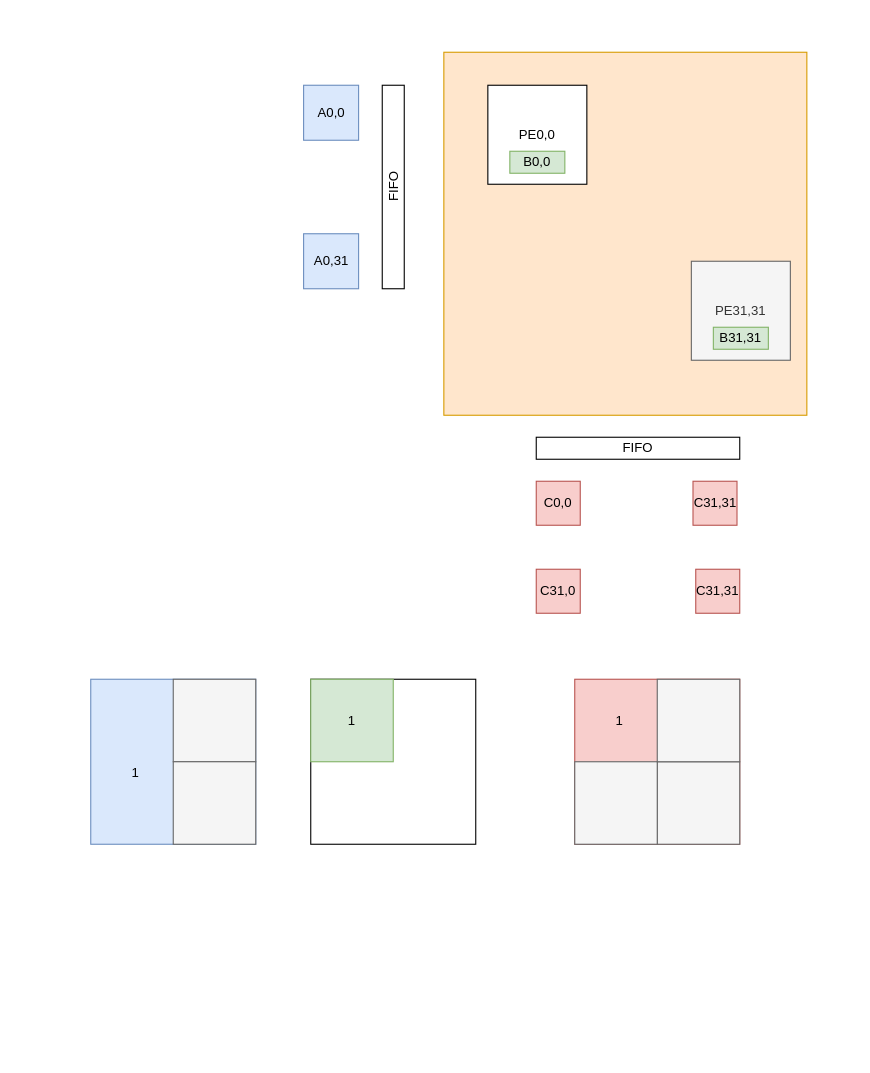
The draw.io diagram SA說明.drawio in jihuien/ML100Days, before the edit. Source tidied: cells renumbered, new cells numbered last; positions are measured from the earlier drawing's top-left corner, leaving out a move shared by most shapes. Both pictures are drawn from the tidied source at 110%, with x=0, y=0 at pixel (90, 52).
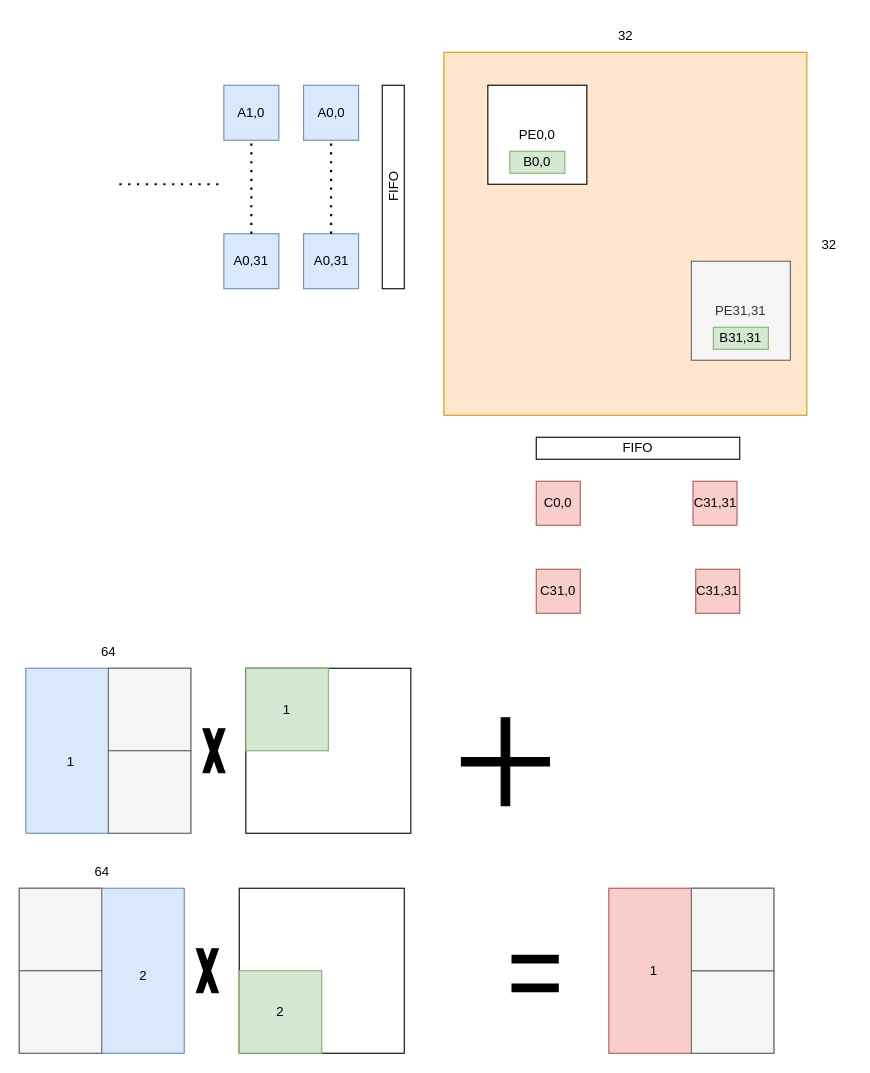
Above is the later version.

Unchanged cells that the change refers to:
```xml
<mxCell id="15" value="A0,0" style="whiteSpace=wrap;html=1;fillColor=#dae8fc;strokeColor=#6c8ebf;" parent="1" vertex="1">
  <mxGeometry x="193.5" y="30" width="50" height="50" as="geometry" />
</mxCell>
<mxCell id="16" value="A0,31" style="whiteSpace=wrap;html=1;fillColor=#dae8fc;strokeColor=#6c8ebf;" parent="1" vertex="1">
  <mxGeometry x="193.5" y="165" width="50" height="50" as="geometry" />
</mxCell>
```

Diff of the diagram source:
```diff
@@
     <mxCell id="2" style="whiteSpace=wrap;html=1;fillColor=#dae8fc;strokeColor=#6c8ebf;" parent="1" vertex="1">
-      <mxGeometry y="570" width="150" height="150" as="geometry" />
+      <mxGeometry x="-59" y="560" width="150" height="150" as="geometry" />
     </mxCell>
     <mxCell id="3" style="whiteSpace=wrap;html=1;" parent="1" vertex="1">
-      <mxGeometry x="200" y="570" width="150" height="150" as="geometry" />
+      <mxGeometry x="141" y="560" width="150" height="150" as="geometry" />
     </mxCell>
     <mxCell id="4" style="whiteSpace=wrap;html=1;fillColor=#f8cecc;strokeColor=#b85450;" parent="1" vertex="1">
-      <mxGeometry x="440" y="570" width="150" height="150" as="geometry" />
+      <mxGeometry x="471" y="760" width="150" height="150" as="geometry" />
     </mxCell>
     <mxCell id="5" value="1" style="whiteSpace=wrap;html=1;fillColor=#d5e8d4;strokeColor=#82b366;" parent="1" vertex="1">
-      <mxGeometry x="200" y="570" width="75" height="75" as="geometry" />
+      <mxGeometry x="141" y="560" width="75" height="75" as="geometry" />
     </mxCell>
     <mxCell id="6" style="whiteSpace=wrap;html=1;fillColor=#f5f5f5;fontColor=#333333;strokeColor=#666666;" parent="1" vertex="1">
-      <mxGeometry x="75" y="570" width="75" height="75" as="geometry" />
+      <mxGeometry x="16" y="560" width="75" height="75" as="geometry" />
     </mxCell>
     <mxCell id="7" style="whiteSpace=wrap;html=1;fillColor=#f5f5f5;strokeColor=#666666;fontColor=#333333;" parent="1" vertex="1">
-      <mxGeometry x="75" y="645" width="75" height="75" as="geometry" />
+      <mxGeometry x="16" y="635" width="75" height="75" as="geometry" />
     </mxCell>
     <mxCell id="8" style="whiteSpace=wrap;html=1;fillColor=#f5f5f5;strokeColor=#666666;fontColor=#333333;" parent="1" vertex="1">
-      <mxGeometry x="515" y="645" width="75" height="75" as="geometry" />
+      <mxGeometry x="546" y="835" width="75" height="75" as="geometry" />
     </mxCell>
-    <mxCell id="9" style="whiteSpace=wrap;html=1;fillColor=#f5f5f5;strokeColor=#666666;fontColor=#333333;" parent="1" vertex="1">
-      <mxGeometry x="440" y="645" width="75" height="75" as="geometry" />
-    </mxCell>
     <mxCell id="10" style="whiteSpace=wrap;html=1;fillColor=#f5f5f5;fontColor=#333333;strokeColor=#666666;" parent="1" vertex="1">
-      <mxGeometry x="515" y="570" width="75" height="75" as="geometry" />
+      <mxGeometry x="546" y="760" width="75" height="75" as="geometry" />
     </mxCell>
@@
     <mxCell id="24" value="1" style="text;strokeColor=none;align=center;fillColor=none;html=1;verticalAlign=middle;whiteSpace=wrap;rounded=0;" parent="1" vertex="1">
-      <mxGeometry x="11" y="640" width="60" height="30" as="geometry" />
+      <mxGeometry x="-48" y="630" width="60" height="30" as="geometry" />
     </mxCell>
     <mxCell id="25" value="1" style="text;strokeColor=none;align=center;fillColor=none;html=1;verticalAlign=middle;whiteSpace=wrap;rounded=0;" parent="1" vertex="1">
-      <mxGeometry x="451" y="592.5" width="60" height="30" as="geometry" />
+      <mxGeometry x="482" y="820" width="60" height="30" as="geometry" />
     </mxCell>
+    <mxCell id="26" value="32" style="text;html=1;align=center;verticalAlign=middle;strokeColor=none;fillColor=none;" parent="1" vertex="1">
+      <mxGeometry x="651" y="160" width="40" height="30" as="geometry" />
+    </mxCell>
+    <mxCell id="27" value="32" style="text;html=1;align=center;verticalAlign=middle;strokeColor=none;fillColor=none;" parent="1" vertex="1">
+      <mxGeometry x="466" y="-30" width="40" height="30" as="geometry" />
+    </mxCell>
+    <mxCell id="28" style="endArrow=none;dashed=1;html=1;dashPattern=1 3;strokeWidth=2;rounded=0;entryX=0.5;entryY=1;entryDx=0;entryDy=0;exitX=0.5;exitY=0;exitDx=0;exitDy=0;" parent="1" edge="1" source="16" target="15">
+      <mxGeometry relative="1" as="geometry" />
+    </mxCell>
+    <mxCell id="29" value="A0,31" style="whiteSpace=wrap;html=1;fillColor=#dae8fc;strokeColor=#6c8ebf;" parent="1" vertex="1">
+      <mxGeometry x="121" y="165" width="50" height="50" as="geometry" />
+    </mxCell>
+    <mxCell id="30" value="A1,0" style="whiteSpace=wrap;html=1;fillColor=#dae8fc;strokeColor=#6c8ebf;" parent="1" vertex="1">
+      <mxGeometry x="121" y="30" width="50" height="50" as="geometry" />
+    </mxCell>
+    <mxCell id="31" style="endArrow=none;dashed=1;html=1;dashPattern=1 3;strokeWidth=2;rounded=0;entryX=0.5;entryY=1;entryDx=0;entryDy=0;exitX=0.5;exitY=0;exitDx=0;exitDy=0;" parent="1" edge="1" source="29" target="30">
+      <mxGeometry relative="1" as="geometry" />
+    </mxCell>
+    <mxCell id="32" style="endArrow=none;dashed=1;html=1;dashPattern=1 3;strokeWidth=2;rounded=0;exitX=0.5;exitY=0;exitDx=0;exitDy=0;" parent="1" edge="1">
+      <mxGeometry relative="1" as="geometry">
+        <mxPoint x="116" y="120" as="sourcePoint" />
+        <mxPoint x="21" y="120" as="targetPoint" />
+      </mxGeometry>
+    </mxCell>
+    <mxCell id="33" style="verticalLabelPosition=bottom;verticalAlign=top;html=1;shape=mxgraph.basic.x;fillColor=#000000;" parent="1" vertex="1">
+      <mxGeometry x="102" y="615" width="20" height="40" as="geometry" />
+    </mxCell>
+    <mxCell id="34" value="64" style="text;html=1;align=center;verticalAlign=middle;strokeColor=none;fillColor=none;" parent="1" vertex="1">
+      <mxGeometry x="-4" y="530" width="40" height="30" as="geometry" />
+    </mxCell>
+    <mxCell id="35" style="shape=partialRectangle;whiteSpace=wrap;html=1;top=0;bottom=0;fillColor=none;strokeWidth=8;rotation=90;" parent="1" vertex="1">
+      <mxGeometry x="391" y="820" width="26" height="35" as="geometry" />
+    </mxCell>
+    <mxCell id="36" style="shape=cross;whiteSpace=wrap;html=1;fillColor=#000000;size=0.0972222222222257;" parent="1" vertex="1">
+      <mxGeometry x="337" y="605" width="80" height="80" as="geometry" />
+    </mxCell>
+    <mxCell id="37" style="whiteSpace=wrap;html=1;fillColor=#dae8fc;strokeColor=#6c8ebf;" parent="1" vertex="1">
+      <mxGeometry x="-65" y="760" width="150" height="150" as="geometry" />
+    </mxCell>
+    <mxCell id="38" style="whiteSpace=wrap;html=1;" parent="1" vertex="1">
+      <mxGeometry x="135" y="760" width="150" height="150" as="geometry" />
+    </mxCell>
+    <mxCell id="39" value="2" style="whiteSpace=wrap;html=1;fillColor=#d5e8d4;strokeColor=#82b366;" parent="1" vertex="1">
+      <mxGeometry x="135" y="835" width="75" height="75" as="geometry" />
+    </mxCell>
+    <mxCell id="40" style="whiteSpace=wrap;html=1;fillColor=#f5f5f5;fontColor=#333333;strokeColor=#666666;" parent="1" vertex="1">
+      <mxGeometry x="-65" y="760" width="75" height="75" as="geometry" />
+    </mxCell>
+    <mxCell id="41" style="whiteSpace=wrap;html=1;fillColor=#f5f5f5;strokeColor=#666666;fontColor=#333333;" parent="1" vertex="1">
+      <mxGeometry x="-65" y="835" width="75" height="75" as="geometry" />
+    </mxCell>
+    <mxCell id="42" value="2" style="text;strokeColor=none;align=center;fillColor=none;html=1;verticalAlign=middle;whiteSpace=wrap;rounded=0;" parent="1" vertex="1">
+      <mxGeometry x="17.5" y="825" width="60" height="30" as="geometry" />
+    </mxCell>
+    <mxCell id="43" style="verticalLabelPosition=bottom;verticalAlign=top;html=1;shape=mxgraph.basic.x;fillColor=#000000;" parent="1" vertex="1">
+      <mxGeometry x="96" y="815" width="20" height="40" as="geometry" />
+    </mxCell>
+    <mxCell id="44" value="64" style="text;html=1;align=center;verticalAlign=middle;strokeColor=none;fillColor=none;" parent="1" vertex="1">
+      <mxGeometry x="-10" y="730" width="40" height="30" as="geometry" />
+    </mxCell>
```
